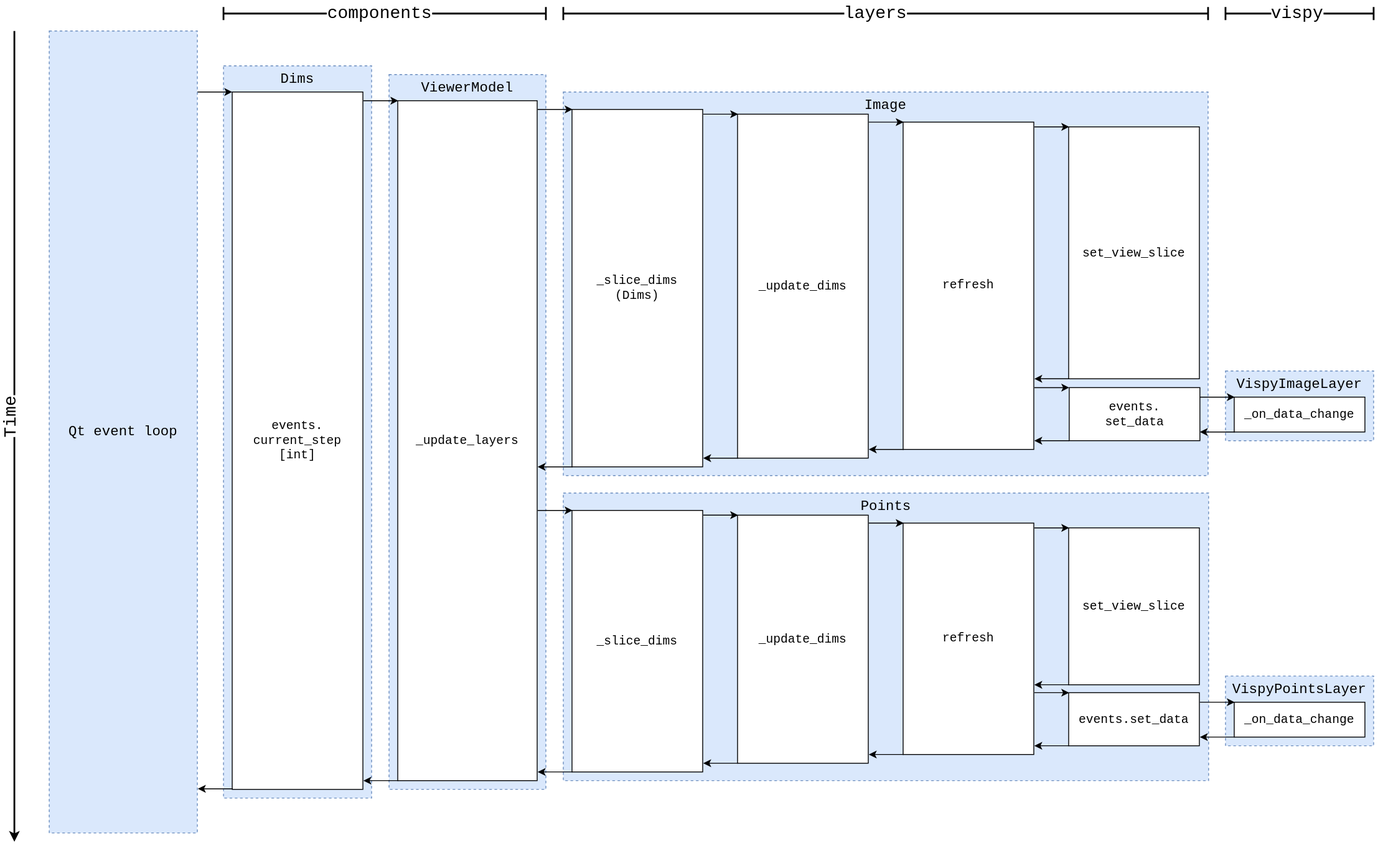
The draw.io diagram napari-slicing-sync-calls.drawio.svg in andy-sweet/napari-diagrams, before a commit. Source tidied: cells renumbered, new cells last; positions are measured from the earlier drawing's top-left corner, leaving out a move shared by most shapes.
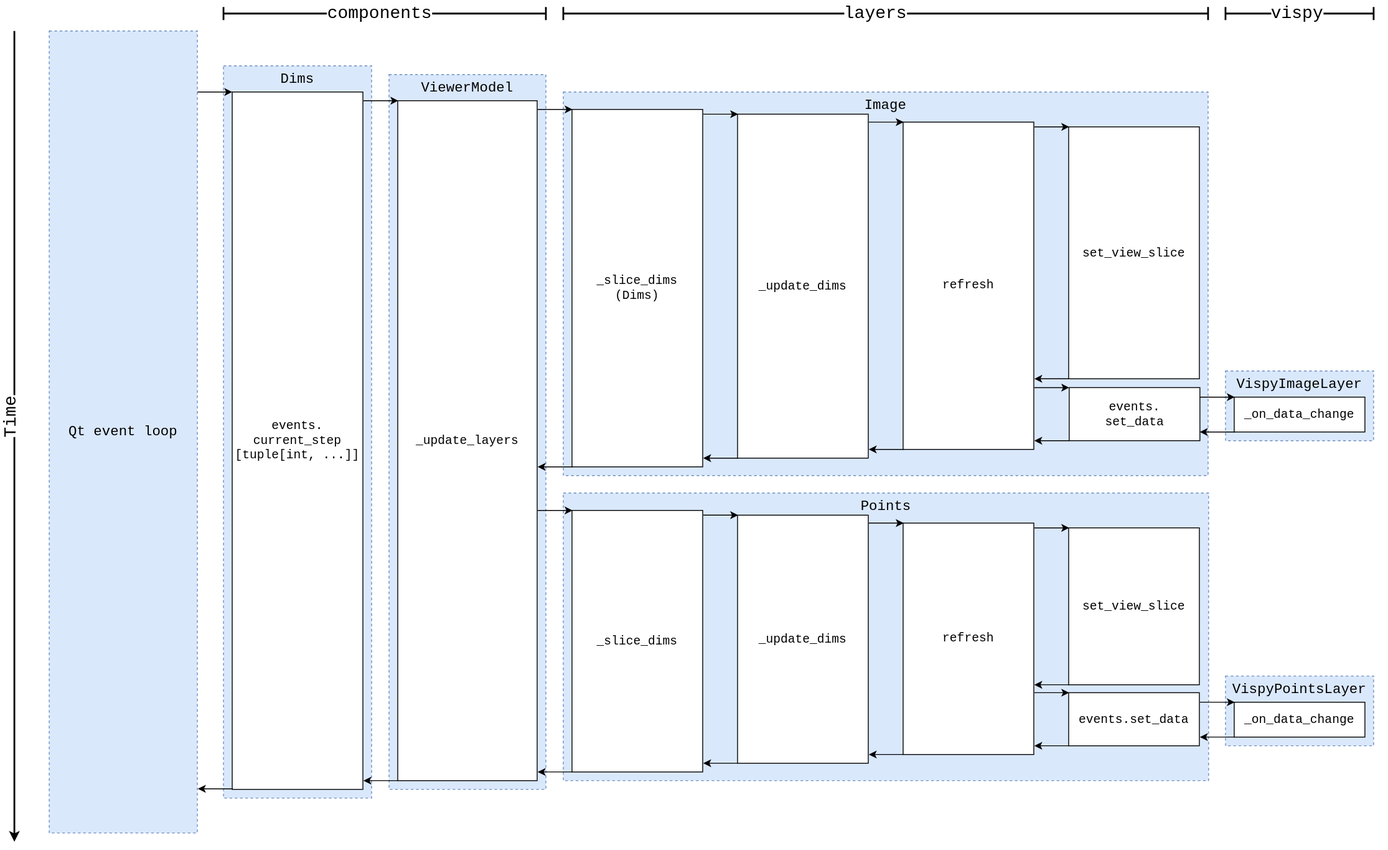
After the change.

Change to the diagram source:
```diff
@@ -17,7 +17,7 @@
     <mxCell id="6" value="Dims" style="rounded=0;whiteSpace=wrap;html=1;verticalAlign=top;align=center;spacingLeft=0;spacingTop=0;dashed=1;fillColor=#dae8fc;strokeColor=#6c8ebf;fontSize=16;fontFamily=Courier New;" parent="1" vertex="1">
       <mxGeometry x="240" y="60" width="170" height="840" as="geometry" />
     </mxCell>
-    <mxCell id="7" value="events.&lt;br style=&quot;font-size: 14px;&quot;&gt;current_step&lt;br style=&quot;font-size: 14px;&quot;&gt;[int]" style="rounded=0;whiteSpace=wrap;html=1;fontSize=14;fontFamily=Courier New;" parent="1" vertex="1">
+    <mxCell id="7" value="events.&lt;br style=&quot;font-size: 14px;&quot;&gt;current_step&lt;br style=&quot;font-size: 14px;&quot;&gt;[tuple[int, ...]]" style="rounded=0;whiteSpace=wrap;html=1;fontSize=14;fontFamily=Courier New;" parent="1" vertex="1">
       <mxGeometry x="250" y="90" width="150" height="800" as="geometry" />
     </mxCell>
     <mxCell id="8" value="Image" style="rounded=0;whiteSpace=wrap;html=1;verticalAlign=top;align=center;spacingLeft=0;spacingTop=0;dashed=1;fillColor=#dae8fc;strokeColor=#6c8ebf;fontSize=16;fontFamily=Courier New;" parent="1" vertex="1">
```
